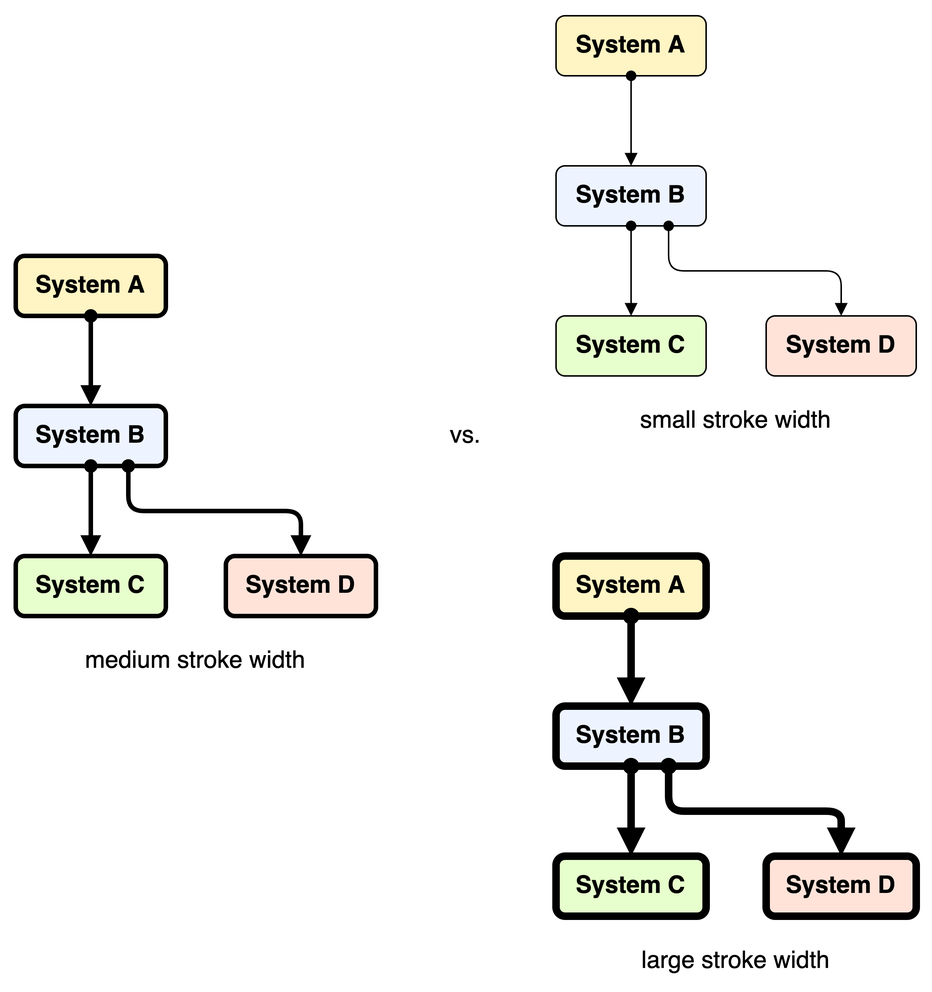
martinleggewie/visual-tips-for-creating-schematic-diagrams keeps this draw.io diagram as diagrams/general-guideline_stroke-width.png. Above is the earlier version. Source tidied: cells renumbered, new cells last; positions are measured from the earlier drawing's top-left corner, leaving out a move shared by most shapes. The source it was exported from:
```xml
<mxGraphModel>
  <root>
    <mxCell id="0" />
    <mxCell id="1" value="background" parent="0" />
    <mxCell id="2" style="rounded=0;whiteSpace=wrap;html=1;strokeColor=none;" parent="1" vertex="1">
      <mxGeometry width="620" height="660" as="geometry" />
    </mxCell>
    <mxCell id="3" value="content" parent="0" />
    <mxCell id="4" value="System A" style="rounded=1;whiteSpace=wrap;html=1;strokeWidth=3;fontSize=16;fontStyle=1;fillColor=#FFF4C3;" parent="3" vertex="1">
      <mxGeometry x="10" y="170" width="100" height="40" as="geometry" />
    </mxCell>
    <mxCell id="5" value="System B" style="rounded=1;whiteSpace=wrap;html=1;strokeWidth=3;fontSize=16;fontStyle=1;fillColor=#EDF4FF;" parent="3" vertex="1">
      <mxGeometry x="10" y="270" width="100" height="40" as="geometry" />
    </mxCell>
    <mxCell id="6" style="edgeStyle=none;rounded=0;jettySize=auto;html=1;startArrow=oval;startFill=1;endArrow=block;endFill=1;strokeWidth=3;fontSize=16;" parent="3" edge="1" source="4" target="5">
      <mxGeometry relative="1" as="geometry" />
    </mxCell>
    <mxCell id="7" value="medium stroke width" style="text;html=1;strokeColor=none;fillColor=none;align=center;verticalAlign=middle;whiteSpace=wrap;rounded=0;fontSize=16;" parent="3" vertex="1">
      <mxGeometry x="10" y="430" width="240" height="20" as="geometry" />
    </mxCell>
    <mxCell id="8" value="vs." style="text;html=1;strokeColor=none;fillColor=none;align=center;verticalAlign=middle;whiteSpace=wrap;rounded=0;fontSize=16;" parent="3" vertex="1">
      <mxGeometry x="250" y="280" width="120" height="20" as="geometry" />
    </mxCell>
    <mxCell id="9" value="System C" style="rounded=1;whiteSpace=wrap;html=1;strokeWidth=3;fontSize=16;fontStyle=1;fillColor=#E6FFCC;" parent="3" vertex="1">
      <mxGeometry x="10" y="370" width="100" height="40" as="geometry" />
    </mxCell>
    <mxCell id="10" style="edgeStyle=none;rounded=0;jettySize=auto;html=1;startArrow=oval;startFill=1;endArrow=block;endFill=1;strokeWidth=3;fontSize=16;exitX=0.5;exitY=1;exitDx=0;exitDy=0;" parent="3" edge="1" source="5" target="9">
      <mxGeometry relative="1" as="geometry" />
    </mxCell>
    <mxCell id="11" value="System D" style="rounded=1;whiteSpace=wrap;html=1;strokeWidth=3;fontSize=16;fontStyle=1;fillColor=#FFE3D9;" parent="3" vertex="1">
      <mxGeometry x="150" y="370" width="100" height="40" as="geometry" />
    </mxCell>
    <mxCell id="12" style="edgeStyle=none;rounded=1;jettySize=auto;html=1;startArrow=oval;startFill=1;endArrow=block;endFill=1;strokeWidth=3;fontSize=16;exitX=0.75;exitY=1;exitDx=0;exitDy=0;entryX=0.5;entryY=0;entryDx=0;entryDy=0;" parent="3" edge="1" source="5" target="11">
      <mxGeometry relative="1" as="geometry">
        <Array as="points">
          <mxPoint x="85" y="340" />
          <mxPoint x="200" y="340" />
        </Array>
      </mxGeometry>
    </mxCell>
    <mxCell id="13" value="System A" style="rounded=1;whiteSpace=wrap;html=1;strokeWidth=1;fontSize=16;fontStyle=1;fillColor=#FFF4C3;" parent="3" vertex="1">
      <mxGeometry x="370" y="10" width="100" height="40" as="geometry" />
    </mxCell>
    <mxCell id="14" value="System B" style="rounded=1;whiteSpace=wrap;html=1;strokeWidth=1;fontSize=16;fontStyle=1;fillColor=#EDF4FF;" parent="3" vertex="1">
      <mxGeometry x="370" y="110" width="100" height="40" as="geometry" />
    </mxCell>
    <mxCell id="15" style="edgeStyle=none;rounded=0;jettySize=auto;html=1;startArrow=oval;startFill=1;endArrow=block;endFill=1;strokeWidth=1;fontSize=16;endSize=6;startSize=6;" parent="3" edge="1" source="13" target="14">
      <mxGeometry relative="1" as="geometry" />
    </mxCell>
    <mxCell id="16" value="small stroke width" style="text;html=1;strokeColor=none;fillColor=none;align=center;verticalAlign=middle;whiteSpace=wrap;rounded=0;fontSize=16;" parent="3" vertex="1">
      <mxGeometry x="370" y="270" width="240" height="20" as="geometry" />
    </mxCell>
    <mxCell id="17" value="System C" style="rounded=1;whiteSpace=wrap;html=1;strokeWidth=1;fontSize=16;fontStyle=1;fillColor=#E6FFCC;" parent="3" vertex="1">
      <mxGeometry x="370" y="210" width="100" height="40" as="geometry" />
    </mxCell>
    <mxCell id="18" style="edgeStyle=none;rounded=0;jettySize=auto;html=1;startArrow=oval;startFill=1;endArrow=block;endFill=1;strokeWidth=1;fontSize=16;exitX=0.5;exitY=1;exitDx=0;exitDy=0;endSize=6;startSize=6;" parent="3" edge="1" source="14" target="17">
      <mxGeometry relative="1" as="geometry" />
    </mxCell>
    <mxCell id="19" value="System D" style="rounded=1;whiteSpace=wrap;html=1;strokeWidth=1;fontSize=16;fontStyle=1;fillColor=#FFE3D9;" parent="3" vertex="1">
      <mxGeometry x="510" y="210" width="100" height="40" as="geometry" />
    </mxCell>
    <mxCell id="20" style="edgeStyle=none;rounded=1;jettySize=auto;html=1;startArrow=oval;startFill=1;endArrow=block;endFill=1;strokeWidth=1;fontSize=16;exitX=0.75;exitY=1;exitDx=0;exitDy=0;entryX=0.5;entryY=0;entryDx=0;entryDy=0;endSize=6;startSize=6;" parent="3" edge="1" source="14" target="19">
      <mxGeometry relative="1" as="geometry">
        <Array as="points">
          <mxPoint x="445" y="180" />
          <mxPoint x="560" y="180" />
        </Array>
      </mxGeometry>
    </mxCell>
    <mxCell id="21" value="System A" style="rounded=1;whiteSpace=wrap;html=1;strokeWidth=5;fontSize=16;fontStyle=1;fillColor=#FFF4C3;" parent="3" vertex="1">
      <mxGeometry x="370" y="370" width="100" height="40" as="geometry" />
    </mxCell>
    <mxCell id="22" value="System B" style="rounded=1;whiteSpace=wrap;html=1;strokeWidth=5;fontSize=16;fontStyle=1;fillColor=#EDF4FF;" parent="3" vertex="1">
      <mxGeometry x="370" y="470" width="100" height="40" as="geometry" />
    </mxCell>
    <mxCell id="23" style="edgeStyle=none;rounded=0;jettySize=auto;html=1;startArrow=oval;startFill=1;endArrow=block;endFill=1;strokeWidth=5;fontSize=16;" parent="3" edge="1" source="21" target="22">
      <mxGeometry relative="1" as="geometry" />
    </mxCell>
    <mxCell id="24" value="large stroke width" style="text;html=1;strokeColor=none;fillColor=none;align=center;verticalAlign=middle;whiteSpace=wrap;rounded=0;fontSize=16;" parent="3" vertex="1">
      <mxGeometry x="370" y="630" width="240" height="20" as="geometry" />
    </mxCell>
    <mxCell id="25" value="System C" style="rounded=1;whiteSpace=wrap;html=1;strokeWidth=5;fontSize=16;fontStyle=1;fillColor=#E6FFCC;" parent="3" vertex="1">
      <mxGeometry x="370" y="570" width="100" height="40" as="geometry" />
    </mxCell>
    <mxCell id="26" style="edgeStyle=none;rounded=0;jettySize=auto;html=1;startArrow=oval;startFill=1;endArrow=block;endFill=1;strokeWidth=5;fontSize=16;exitX=0.5;exitY=1;exitDx=0;exitDy=0;" parent="3" edge="1" source="22" target="25">
      <mxGeometry relative="1" as="geometry" />
    </mxCell>
    <mxCell id="27" value="System D" style="rounded=1;whiteSpace=wrap;html=1;strokeWidth=5;fontSize=16;fontStyle=1;fillColor=#FFE3D9;" parent="3" vertex="1">
      <mxGeometry x="510" y="570" width="100" height="40" as="geometry" />
    </mxCell>
    <mxCell id="28" style="edgeStyle=none;rounded=1;jettySize=auto;html=1;startArrow=oval;startFill=1;endArrow=block;endFill=1;strokeWidth=5;fontSize=16;exitX=0.75;exitY=1;exitDx=0;exitDy=0;entryX=0.5;entryY=0;entryDx=0;entryDy=0;" parent="3" edge="1" source="22" target="27">
      <mxGeometry relative="1" as="geometry">
        <Array as="points">
          <mxPoint x="445" y="540" />
          <mxPoint x="560" y="540" />
        </Array>
      </mxGeometry>
    </mxCell>
  </root>
</mxGraphModel>
```
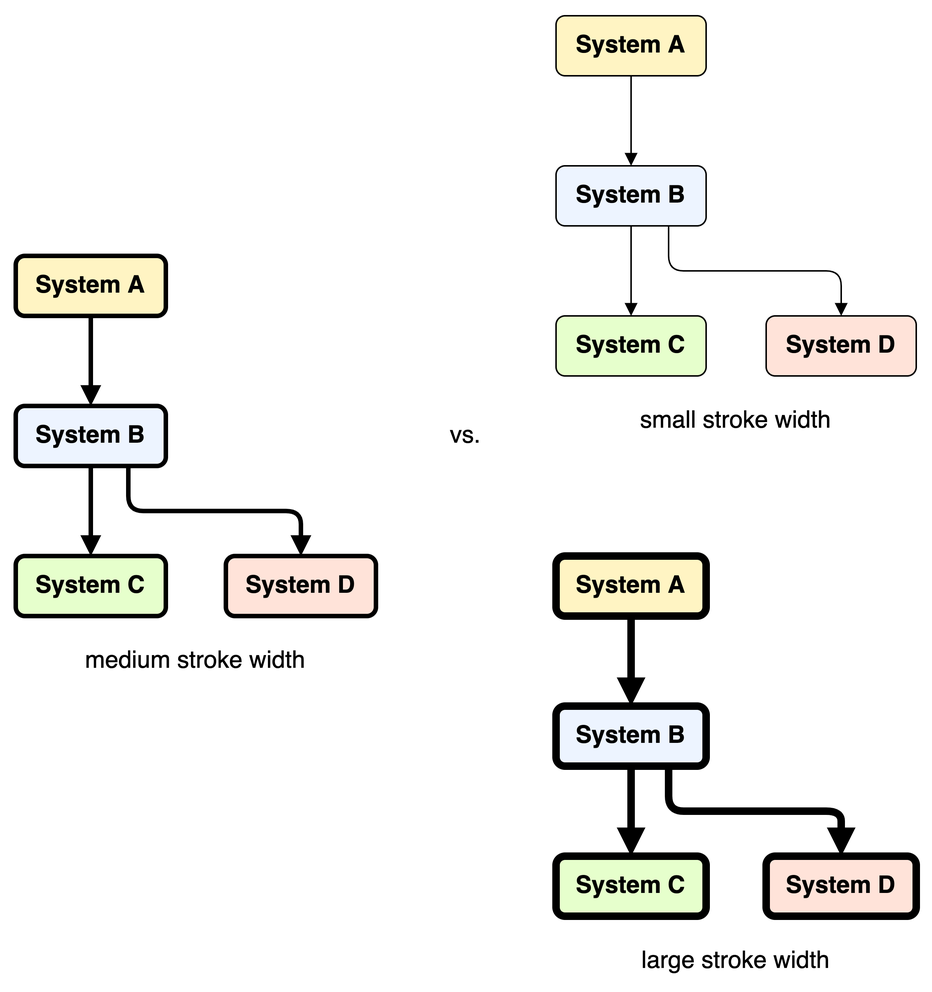
The same diagram one commit later.

The edit, as a diff of the source:
```diff
@@ -12,7 +12,7 @@
     <mxCell id="5" value="System B" style="rounded=1;whiteSpace=wrap;html=1;strokeWidth=3;fontSize=16;fontStyle=1;fillColor=#EDF4FF;" parent="3" vertex="1">
       <mxGeometry x="10" y="270" width="100" height="40" as="geometry" />
     </mxCell>
-    <mxCell id="6" style="edgeStyle=none;rounded=0;jettySize=auto;html=1;startArrow=oval;startFill=1;endArrow=block;endFill=1;strokeWidth=3;fontSize=16;" parent="3" edge="1" source="4" target="5">
+    <mxCell id="6" style="edgeStyle=none;rounded=0;jettySize=auto;html=1;startArrow=none;startFill=0;endArrow=block;endFill=1;strokeWidth=3;fontSize=16;" parent="3" edge="1" source="4" target="5">
       <mxGeometry relative="1" as="geometry" />
     </mxCell>
     <mxCell id="7" value="medium stroke width" style="text;html=1;strokeColor=none;fillColor=none;align=center;verticalAlign=middle;whiteSpace=wrap;rounded=0;fontSize=16;" parent="3" vertex="1">
@@ -24,13 +24,13 @@
     <mxCell id="9" value="System C" style="rounded=1;whiteSpace=wrap;html=1;strokeWidth=3;fontSize=16;fontStyle=1;fillColor=#E6FFCC;" parent="3" vertex="1">
       <mxGeometry x="10" y="370" width="100" height="40" as="geometry" />
     </mxCell>
-    <mxCell id="10" style="edgeStyle=none;rounded=0;jettySize=auto;html=1;startArrow=oval;startFill=1;endArrow=block;endFill=1;strokeWidth=3;fontSize=16;exitX=0.5;exitY=1;exitDx=0;exitDy=0;" parent="3" edge="1" source="5" target="9">
+    <mxCell id="10" style="edgeStyle=none;rounded=0;jettySize=auto;html=1;startArrow=none;startFill=0;endArrow=block;endFill=1;strokeWidth=3;fontSize=16;exitX=0.5;exitY=1;exitDx=0;exitDy=0;" parent="3" edge="1" source="5" target="9">
       <mxGeometry relative="1" as="geometry" />
     </mxCell>
     <mxCell id="11" value="System D" style="rounded=1;whiteSpace=wrap;html=1;strokeWidth=3;fontSize=16;fontStyle=1;fillColor=#FFE3D9;" parent="3" vertex="1">
       <mxGeometry x="150" y="370" width="100" height="40" as="geometry" />
     </mxCell>
-    <mxCell id="12" style="edgeStyle=none;rounded=1;jettySize=auto;html=1;startArrow=oval;startFill=1;endArrow=block;endFill=1;strokeWidth=3;fontSize=16;exitX=0.75;exitY=1;exitDx=0;exitDy=0;entryX=0.5;entryY=0;entryDx=0;entryDy=0;" parent="3" edge="1" source="5" target="11">
+    <mxCell id="12" style="edgeStyle=none;rounded=1;jettySize=auto;html=1;startArrow=none;startFill=0;endArrow=block;endFill=1;strokeWidth=3;fontSize=16;exitX=0.75;exitY=1;exitDx=0;exitDy=0;entryX=0.5;entryY=0;entryDx=0;entryDy=0;" parent="3" edge="1" source="5" target="11">
       <mxGeometry relative="1" as="geometry">
         <Array as="points">
           <mxPoint x="85" y="340" />
@@ -44,7 +44,7 @@
     <mxCell id="14" value="System B" style="rounded=1;whiteSpace=wrap;html=1;strokeWidth=1;fontSize=16;fontStyle=1;fillColor=#EDF4FF;" parent="3" vertex="1">
       <mxGeometry x="370" y="110" width="100" height="40" as="geometry" />
     </mxCell>
-    <mxCell id="15" style="edgeStyle=none;rounded=0;jettySize=auto;html=1;startArrow=oval;startFill=1;endArrow=block;endFill=1;strokeWidth=1;fontSize=16;endSize=6;startSize=6;" parent="3" edge="1" source="13" target="14">
+    <mxCell id="15" style="edgeStyle=none;rounded=0;jettySize=auto;html=1;startArrow=none;startFill=0;endArrow=block;endFill=1;strokeWidth=1;fontSize=16;endSize=6;startSize=6;" parent="3" edge="1" source="13" target="14">
       <mxGeometry relative="1" as="geometry" />
     </mxCell>
     <mxCell id="16" value="small stroke width" style="text;html=1;strokeColor=none;fillColor=none;align=center;verticalAlign=middle;whiteSpace=wrap;rounded=0;fontSize=16;" parent="3" vertex="1">
@@ -53,13 +53,13 @@
     <mxCell id="17" value="System C" style="rounded=1;whiteSpace=wrap;html=1;strokeWidth=1;fontSize=16;fontStyle=1;fillColor=#E6FFCC;" parent="3" vertex="1">
       <mxGeometry x="370" y="210" width="100" height="40" as="geometry" />
     </mxCell>
-    <mxCell id="18" style="edgeStyle=none;rounded=0;jettySize=auto;html=1;startArrow=oval;startFill=1;endArrow=block;endFill=1;strokeWidth=1;fontSize=16;exitX=0.5;exitY=1;exitDx=0;exitDy=0;endSize=6;startSize=6;" parent="3" edge="1" source="14" target="17">
+    <mxCell id="18" style="edgeStyle=none;rounded=0;jettySize=auto;html=1;startArrow=none;startFill=0;endArrow=block;endFill=1;strokeWidth=1;fontSize=16;exitX=0.5;exitY=1;exitDx=0;exitDy=0;endSize=6;startSize=6;" parent="3" edge="1" source="14" target="17">
       <mxGeometry relative="1" as="geometry" />
     </mxCell>
     <mxCell id="19" value="System D" style="rounded=1;whiteSpace=wrap;html=1;strokeWidth=1;fontSize=16;fontStyle=1;fillColor=#FFE3D9;" parent="3" vertex="1">
       <mxGeometry x="510" y="210" width="100" height="40" as="geometry" />
     </mxCell>
-    <mxCell id="20" style="edgeStyle=none;rounded=1;jettySize=auto;html=1;startArrow=oval;startFill=1;endArrow=block;endFill=1;strokeWidth=1;fontSize=16;exitX=0.75;exitY=1;exitDx=0;exitDy=0;entryX=0.5;entryY=0;entryDx=0;entryDy=0;endSize=6;startSize=6;" parent="3" edge="1" source="14" target="19">
+    <mxCell id="20" style="edgeStyle=none;rounded=1;jettySize=auto;html=1;startArrow=none;startFill=0;endArrow=block;endFill=1;strokeWidth=1;fontSize=16;exitX=0.75;exitY=1;exitDx=0;exitDy=0;entryX=0.5;entryY=0;entryDx=0;entryDy=0;endSize=6;startSize=6;" parent="3" edge="1" source="14" target="19">
       <mxGeometry relative="1" as="geometry">
         <Array as="points">
           <mxPoint x="445" y="180" />
@@ -73,7 +73,7 @@
     <mxCell id="22" value="System B" style="rounded=1;whiteSpace=wrap;html=1;strokeWidth=5;fontSize=16;fontStyle=1;fillColor=#EDF4FF;" parent="3" vertex="1">
       <mxGeometry x="370" y="470" width="100" height="40" as="geometry" />
     </mxCell>
-    <mxCell id="23" style="edgeStyle=none;rounded=0;jettySize=auto;html=1;startArrow=oval;startFill=1;endArrow=block;endFill=1;strokeWidth=5;fontSize=16;" parent="3" edge="1" source="21" target="22">
+    <mxCell id="23" style="edgeStyle=none;rounded=0;jettySize=auto;html=1;startArrow=none;startFill=0;endArrow=block;endFill=1;strokeWidth=5;fontSize=16;" parent="3" edge="1" source="21" target="22">
       <mxGeometry relative="1" as="geometry" />
     </mxCell>
     <mxCell id="24" value="large stroke width" style="text;html=1;strokeColor=none;fillColor=none;align=center;verticalAlign=middle;whiteSpace=wrap;rounded=0;fontSize=16;" parent="3" vertex="1">
@@ -82,13 +82,13 @@
     <mxCell id="25" value="System C" style="rounded=1;whiteSpace=wrap;html=1;strokeWidth=5;fontSize=16;fontStyle=1;fillColor=#E6FFCC;" parent="3" vertex="1">
       <mxGeometry x="370" y="570" width="100" height="40" as="geometry" />
     </mxCell>
-    <mxCell id="26" style="edgeStyle=none;rounded=0;jettySize=auto;html=1;startArrow=oval;startFill=1;endArrow=block;endFill=1;strokeWidth=5;fontSize=16;exitX=0.5;exitY=1;exitDx=0;exitDy=0;" parent="3" edge="1" source="22" target="25">
+    <mxCell id="26" style="edgeStyle=none;rounded=0;jettySize=auto;html=1;startArrow=none;startFill=0;endArrow=block;endFill=1;strokeWidth=5;fontSize=16;exitX=0.5;exitY=1;exitDx=0;exitDy=0;" parent="3" edge="1" source="22" target="25">
       <mxGeometry relative="1" as="geometry" />
     </mxCell>
     <mxCell id="27" value="System D" style="rounded=1;whiteSpace=wrap;html=1;strokeWidth=5;fontSize=16;fontStyle=1;fillColor=#FFE3D9;" parent="3" vertex="1">
       <mxGeometry x="510" y="570" width="100" height="40" as="geometry" />
     </mxCell>
-    <mxCell id="28" style="edgeStyle=none;rounded=1;jettySize=auto;html=1;startArrow=oval;startFill=1;endArrow=block;endFill=1;strokeWidth=5;fontSize=16;exitX=0.75;exitY=1;exitDx=0;exitDy=0;entryX=0.5;entryY=0;entryDx=0;entryDy=0;" parent="3" edge="1" source="22" target="27">
+    <mxCell id="28" style="edgeStyle=none;rounded=1;jettySize=auto;html=1;startArrow=none;startFill=0;endArrow=block;endFill=1;strokeWidth=5;fontSize=16;exitX=0.75;exitY=1;exitDx=0;exitDy=0;entryX=0.5;entryY=0;entryDx=0;entryDy=0;" parent="3" edge="1" source="22" target="27">
       <mxGeometry relative="1" as="geometry">
         <Array as="points">
           <mxPoint x="445" y="540" />
```
